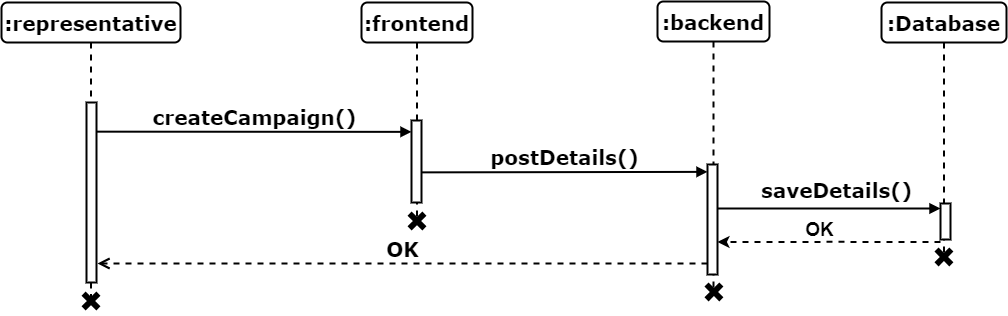
The draw.io diagram 21 - Sequence Diagram/8 - Create Awareness Campaign Sequence Diagram.drawio.png in muhammadahsanmirza/fyp-constituency-connect, before a commit. Source tidied: cells renumbered, new cells last; positions are measured from the earlier drawing's top-left corner, leaving out a move shared by most shapes.
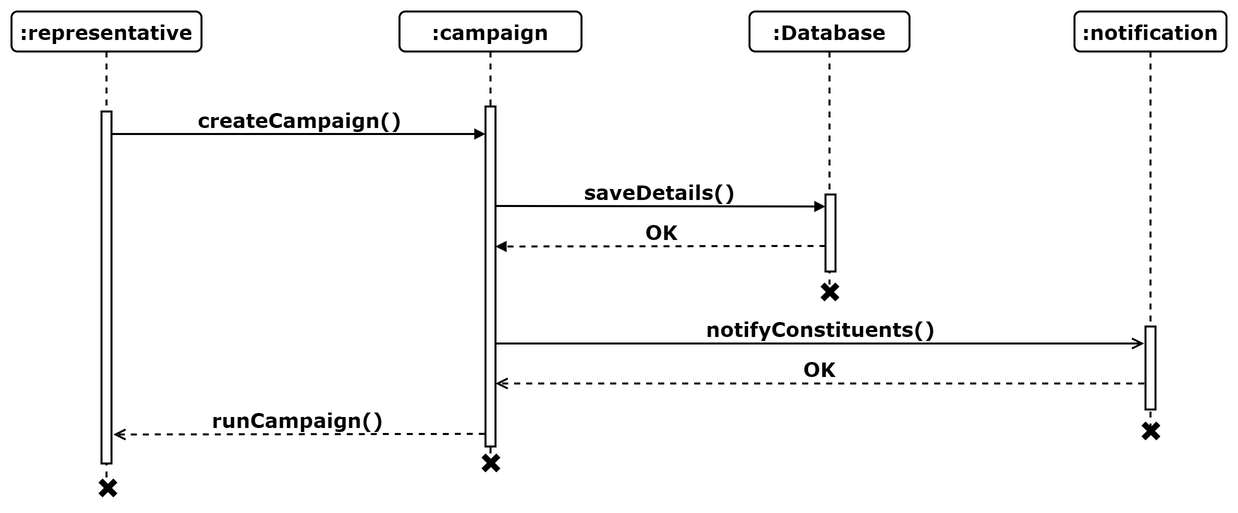
Later version of the same file.

Change to the diagram source:
```diff
@@ -2,85 +2,85 @@
   <root>
     <mxCell id="0" />
     <mxCell id="1" parent="0" />
-    <mxCell id="2" value="createCampaign()" style="html=1;verticalAlign=bottom;endArrow=block;entryX=0;entryY=0;labelBackgroundColor=none;fontFamily=Verdana;fontSize=20;edgeStyle=elbowEdgeStyle;elbow=vertical;strokeWidth=2;fontStyle=1;exitX=1.027;exitY=0.162;exitDx=0;exitDy=0;exitPerimeter=0;" parent="1" edge="1" source="10">
-      <mxGeometry relative="1" as="geometry">
-        <mxPoint x="410" y="131" as="targetPoint" />
-      </mxGeometry>
+    <mxCell id="2" value=":notification" style="shape=umlLifeline;perimeter=lifelinePerimeter;whiteSpace=wrap;html=1;rounded=1;shadow=0;comic=0;labelBackgroundColor=none;strokeWidth=2;fontFamily=Verdana;fontSize=20;align=center;fontStyle=1;" parent="1" vertex="1">
+      <mxGeometry x="2874" y="4299" width="152" height="418" as="geometry" />
     </mxCell>
-    <mxCell id="3" value=":frontend" style="shape=umlLifeline;perimeter=lifelinePerimeter;whiteSpace=wrap;html=1;rounded=1;shadow=0;comic=0;labelBackgroundColor=none;strokeWidth=2;fontFamily=Verdana;fontSize=20;align=center;fontStyle=1;" parent="1" vertex="1">
-      <mxGeometry x="360" y="1" width="111" height="217" as="geometry" />
+    <mxCell id="3" value=":representative" style="shape=umlLifeline;perimeter=lifelinePerimeter;whiteSpace=wrap;html=1;rounded=1;shadow=0;comic=0;labelBackgroundColor=none;strokeWidth=2;fontFamily=Verdana;fontSize=20;align=center;fontStyle=1;" parent="1" vertex="1">
+      <mxGeometry x="1811" y="4299" width="190" height="474" as="geometry" />
     </mxCell>
     <mxCell id="4" style="html=1;points=[];perimeter=orthogonalPerimeter;rounded=0;shadow=0;comic=0;labelBackgroundColor=none;strokeWidth=2;fontFamily=Verdana;fontSize=20;align=center;fontStyle=1;whiteSpace=wrap;" parent="3" vertex="1">
-      <mxGeometry x="50" y="118" width="10" height="82" as="geometry" />
+      <mxGeometry x="90" y="100" width="10" height="352" as="geometry" />
     </mxCell>
-    <mxCell id="5" value=":backend" style="shape=umlLifeline;perimeter=lifelinePerimeter;whiteSpace=wrap;html=1;rounded=1;shadow=0;comic=0;labelBackgroundColor=none;strokeWidth=2;fontFamily=Verdana;fontSize=20;align=center;fontStyle=1;" parent="1" vertex="1">
-      <mxGeometry x="656" width="112" height="287" as="geometry" />
+    <mxCell id="5" value=":campaign" style="shape=umlLifeline;perimeter=lifelinePerimeter;whiteSpace=wrap;html=1;rounded=1;shadow=0;comic=0;labelBackgroundColor=none;strokeWidth=2;fontFamily=Verdana;fontSize=20;align=center;fontStyle=1;" parent="1" vertex="1">
+      <mxGeometry x="2199" y="4299" width="182" height="455" as="geometry" />
     </mxCell>
     <mxCell id="6" style="html=1;perimeter=orthogonalPerimeter;rounded=0;shadow=0;comic=0;labelBackgroundColor=none;strokeWidth=2;fontFamily=Verdana;fontSize=20;align=center;fontStyle=1;whiteSpace=wrap;" parent="5" vertex="1">
-      <mxGeometry x="50" y="163" width="10" height="110" as="geometry" />
+      <mxGeometry x="86" y="95" width="10" height="340" as="geometry" />
     </mxCell>
-    <mxCell id="7" value="postDetails()" style="html=1;verticalAlign=bottom;endArrow=block;labelBackgroundColor=none;fontFamily=Verdana;fontSize=20;edgeStyle=elbowEdgeStyle;elbow=vertical;strokeWidth=2;fontStyle=1;exitX=0.961;exitY=0.818;exitDx=0;exitDy=0;exitPerimeter=0;" parent="5" edge="1">
+    <mxCell id="7" value="createCampaign()" style="html=1;verticalAlign=bottom;endArrow=block;labelBackgroundColor=none;fontFamily=Verdana;fontSize=20;edgeStyle=elbowEdgeStyle;elbow=vertical;strokeWidth=2;fontStyle=1;" parent="1" edge="1" source="4">
       <mxGeometry relative="1" as="geometry">
-        <mxPoint x="-236.4" y="170.9" as="sourcePoint" />
-        <mxPoint x="50" y="170" as="targetPoint" />
+        <mxPoint x="2285" y="4422" as="targetPoint" />
       </mxGeometry>
     </mxCell>
-    <mxCell id="8" value=":Database" style="shape=umlLifeline;perimeter=lifelinePerimeter;whiteSpace=wrap;html=1;rounded=1;shadow=0;comic=0;labelBackgroundColor=none;strokeWidth=2;fontFamily=Verdana;fontSize=20;align=center;fontStyle=1;" parent="1" vertex="1">
-      <mxGeometry x="880" y="1" width="125" height="254" as="geometry" />
+    <mxCell id="8" style="html=1;perimeter=orthogonalPerimeter;rounded=0;shadow=0;comic=0;labelBackgroundColor=none;strokeWidth=2;fontFamily=Verdana;fontSize=20;align=center;fontStyle=1;whiteSpace=wrap;" parent="1" vertex="1">
+      <mxGeometry x="2945" y="4614" width="10" height="83" as="geometry" />
     </mxCell>
-    <mxCell id="9" value=":representative" style="shape=umlLifeline;perimeter=lifelinePerimeter;whiteSpace=wrap;html=1;rounded=1;shadow=0;comic=0;labelBackgroundColor=none;strokeWidth=2;fontFamily=Verdana;fontSize=20;align=center;fontStyle=1;" parent="1" vertex="1">
-      <mxGeometry y="1" width="179" height="294" as="geometry" />
+    <mxCell id="9" value="runCampaign()" style="html=1;verticalAlign=bottom;endArrow=open;dashed=1;endSize=8;labelBackgroundColor=none;fontFamily=Verdana;fontSize=20;edgeStyle=elbowEdgeStyle;elbow=vertical;strokeWidth=2;fontStyle=1;entryX=0.988;entryY=0.952;entryDx=0;entryDy=0;entryPerimeter=0;exitX=-0.069;exitY=0.951;exitDx=0;exitDy=0;exitPerimeter=0;" parent="1" edge="1">
+      <mxGeometry relative="1" as="geometry">
+        <mxPoint x="2284.3" y="4721.4" as="sourcePoint" />
+        <mxPoint x="1912.9" y="4722.7" as="targetPoint" />
+        <Array as="points">
+          <mxPoint x="1996" y="4722" />
+        </Array>
+      </mxGeometry>
     </mxCell>
-    <mxCell id="10" style="html=1;points=[];perimeter=orthogonalPerimeter;rounded=0;shadow=0;comic=0;labelBackgroundColor=none;strokeWidth=2;fontFamily=Verdana;fontSize=20;align=center;fontStyle=1;whiteSpace=wrap;" parent="9" vertex="1">
-      <mxGeometry x="85" y="100" width="10" height="180" as="geometry" />
+    <mxCell id="10" style="shape=cross;whiteSpace=wrap;html=1;fillColor=#000000;rotation=45;strokeWidth=2;fontSize=20;" parent="1" vertex="1">
+      <mxGeometry x="1897.9" y="4765.9" width="19" height="19" as="geometry" />
     </mxCell>
-    <mxCell id="11" style="html=1;perimeter=orthogonalPerimeter;rounded=0;shadow=0;comic=0;labelBackgroundColor=none;strokeWidth=2;fontFamily=Verdana;fontSize=20;align=center;fontStyle=1;whiteSpace=wrap;" parent="1" vertex="1">
-      <mxGeometry x="939" y="202" width="10" height="36" as="geometry" />
+    <mxCell id="11" value=":Database" style="shape=umlLifeline;perimeter=lifelinePerimeter;whiteSpace=wrap;html=1;rounded=1;shadow=0;comic=0;labelBackgroundColor=none;strokeWidth=2;fontFamily=Verdana;fontSize=20;align=center;fontStyle=1;" parent="1" vertex="1">
+      <mxGeometry x="2549" y="4299" width="160" height="273" as="geometry" />
     </mxCell>
-    <mxCell id="12" value="saveDetails()" style="html=1;verticalAlign=bottom;endArrow=block;labelBackgroundColor=none;fontFamily=Verdana;fontSize=20;edgeStyle=elbowEdgeStyle;elbow=vertical;strokeWidth=2;fontStyle=1;" parent="1" edge="1">
-      <mxGeometry x="0.06" y="4" relative="1" as="geometry">
-        <mxPoint x="716" y="207" as="sourcePoint" />
-        <mxPoint x="939" y="207" as="targetPoint" />
-        <Array as="points">
-          <mxPoint x="878" y="207" />
-        </Array>
-      </mxGeometry>
+    <mxCell id="12" style="html=1;perimeter=orthogonalPerimeter;rounded=0;shadow=0;comic=0;labelBackgroundColor=none;strokeWidth=2;fontFamily=Verdana;fontSize=20;align=center;fontStyle=1;whiteSpace=wrap;" parent="11" vertex="1">
+      <mxGeometry x="76" y="183" width="10" height="77" as="geometry" />
     </mxCell>
     <mxCell id="13" style="shape=cross;whiteSpace=wrap;html=1;fillColor=#000000;rotation=45;strokeWidth=2;fontSize=20;" parent="1" vertex="1">
-      <mxGeometry x="406" y="210" width="19" height="19" as="geometry" />
+      <mxGeometry x="2619.9" y="4569.9" width="19" height="19" as="geometry" />
     </mxCell>
     <mxCell id="14" style="shape=cross;whiteSpace=wrap;html=1;fillColor=#000000;rotation=45;strokeWidth=2;fontSize=20;" parent="1" vertex="1">
-      <mxGeometry x="80" y="290" width="19" height="19" as="geometry" />
+      <mxGeometry x="2940.9" y="4708.9" width="19" height="19" as="geometry" />
     </mxCell>
-    <mxCell id="15" style="shape=cross;whiteSpace=wrap;html=1;fillColor=#000000;rotation=45;strokeWidth=2;fontSize=20;" parent="1" vertex="1">
-      <mxGeometry x="932.9" y="245.9" width="19" height="19" as="geometry" />
+    <mxCell id="15" value="saveDetails()" style="html=1;verticalAlign=bottom;endArrow=block;labelBackgroundColor=none;fontFamily=Verdana;fontSize=20;edgeStyle=elbowEdgeStyle;elbow=vertical;strokeWidth=2;fontStyle=1;exitX=0.99;exitY=0.505;exitDx=0;exitDy=0;exitPerimeter=0;" parent="1" edge="1">
+      <mxGeometry relative="1" as="geometry">
+        <mxPoint x="2294.9" y="4493.5" as="sourcePoint" />
+        <mxPoint x="2625" y="4494" as="targetPoint" />
+      </mxGeometry>
     </mxCell>
-    <mxCell id="16" style="shape=cross;whiteSpace=wrap;html=1;fillColor=#000000;rotation=45;strokeWidth=2;fontSize=20;" parent="1" vertex="1">
-      <mxGeometry x="702.9" y="280.9" width="19" height="19" as="geometry" />
+    <mxCell id="16" value="OK" style="html=1;verticalAlign=bottom;endArrow=block;labelBackgroundColor=none;fontFamily=Verdana;fontSize=20;edgeStyle=elbowEdgeStyle;elbow=vertical;strokeWidth=2;fontStyle=1;exitX=0.99;exitY=0.505;exitDx=0;exitDy=0;exitPerimeter=0;dashed=1;" parent="1" edge="1">
+      <mxGeometry relative="1" as="geometry">
+        <mxPoint x="2625" y="4533.5" as="sourcePoint" />
+        <mxPoint x="2294.9" y="4534" as="targetPoint" />
+      </mxGeometry>
     </mxCell>
-    <mxCell id="17" style="group;" parent="1" vertex="1">
-      <mxGeometry x="716" y="211" width="223" height="35" as="geometry" />
+    <mxCell id="17" value="notifyConstituents()" style="html=1;verticalAlign=bottom;endArrow=open;endSize=8;labelBackgroundColor=none;fontFamily=Verdana;fontSize=20;edgeStyle=elbowEdgeStyle;elbow=vertical;strokeWidth=2;fontStyle=1;entryX=-0.129;entryY=0.227;entryDx=0;entryDy=0;entryPerimeter=0;" parent="1" edge="1">
+      <mxGeometry relative="1" as="geometry">
+        <mxPoint x="2295" y="4631" as="sourcePoint" />
+        <mxPoint x="2943.7" y="4630.9" as="targetPoint" />
+        <Array as="points">
+          <mxPoint x="2302" y="4631" />
+        </Array>
+      </mxGeometry>
     </mxCell>
-    <mxCell id="18" style="edgeStyle=orthogonalEdgeStyle;rounded=0;orthogonalLoop=1;jettySize=auto;html=1;entryX=1;entryY=0.259;entryDx=0;entryDy=0;entryPerimeter=0;strokeWidth=2;dashed=1;" parent="17" edge="1">
+    <mxCell id="18" value="OK" style="html=1;verticalAlign=bottom;endArrow=open;endSize=8;labelBackgroundColor=none;fontFamily=Verdana;fontSize=20;edgeStyle=elbowEdgeStyle;elbow=vertical;strokeWidth=2;fontStyle=1;entryX=-0.129;entryY=0.227;entryDx=0;entryDy=0;entryPerimeter=0;dashed=1;" parent="1" edge="1">
       <mxGeometry relative="1" as="geometry">
-        <mxPoint x="223" y="29.4" as="sourcePoint" />
-        <mxPoint y="29.4" as="targetPoint" />
+        <mxPoint x="2943.7" y="4671" as="sourcePoint" />
+        <mxPoint x="2295" y="4670.9" as="targetPoint" />
         <Array as="points">
-          <mxPoint x="112" y="29" />
+          <mxPoint x="2936.7" y="4671" />
         </Array>
       </mxGeometry>
     </mxCell>
-    <mxCell id="19" value="&lt;b&gt;&lt;font style=&quot;font-size: 19px;&quot;&gt;OK&lt;/font&gt;&lt;/b&gt;" style="text;html=1;align=center;verticalAlign=middle;strokeColor=none;fillColor=none;" parent="17" vertex="1">
-      <mxGeometry x="78" width="47" height="35" as="geometry" />
+    <mxCell id="19" style="shape=cross;whiteSpace=wrap;html=1;fillColor=#000000;rotation=45;strokeWidth=2;fontSize=20;" parent="1" vertex="1">
+      <mxGeometry x="2280.9" y="4740.9" width="19" height="19" as="geometry" />
     </mxCell>
-    <mxCell id="20" value="OK" style="html=1;verticalAlign=bottom;endArrow=open;dashed=1;endSize=8;labelBackgroundColor=none;fontFamily=Verdana;fontSize=20;edgeStyle=elbowEdgeStyle;elbow=vertical;strokeWidth=2;fontStyle=1;" parent="1" edge="1">
-      <mxGeometry relative="1" as="geometry">
-        <mxPoint x="706" y="262" as="sourcePoint" />
-        <mxPoint x="96" y="262" as="targetPoint" />
-        <Array as="points">
-          <mxPoint x="378" y="262" />
-        </Array>
-      </mxGeometry>
-    </mxCell>
   </root>
 </mxGraphModel>
```
